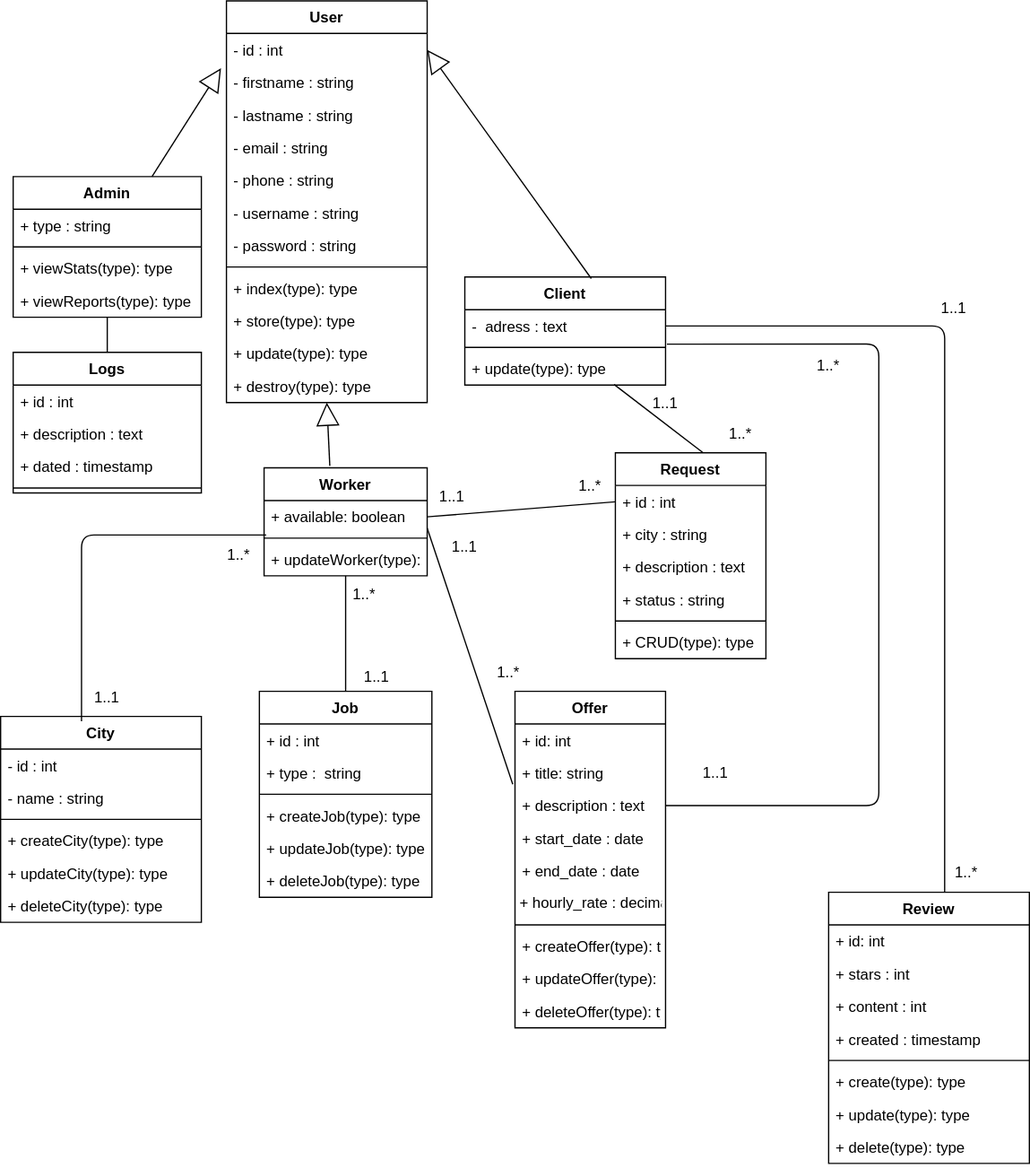
Before: Conception/DCLASSE.drawio.svg, a diagram exported from draw.io (abdelalicode/BRICOOL). Source tidied: cells renumbered, new cells last; positions are measured from the earlier drawing's top-left corner, leaving out a move shared by most shapes.
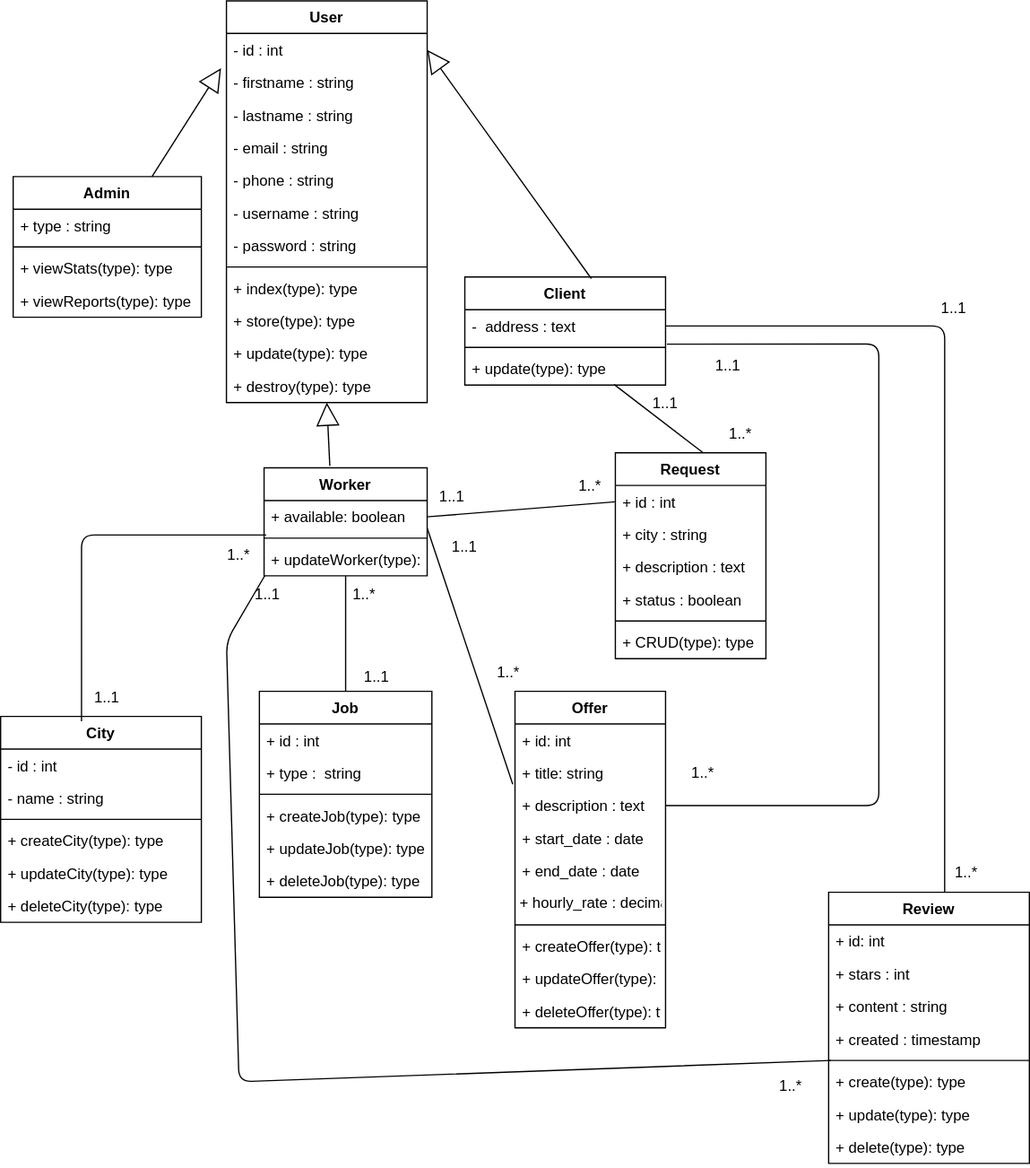
After the commit.

The edit, as a diff of the source:
```diff
@@ -32,7 +32,7 @@
     <mxCell id="11" value="Client" style="swimlane;fontStyle=1;align=center;verticalAlign=top;horizontal=1;startSize=26;" parent="1" vertex="1">
       <mxGeometry x="370" y="220" width="160" height="86" as="geometry" />
     </mxCell>
-    <mxCell id="12" value="-  adress : text" style="text;strokeColor=none;fillColor=none;align=left;verticalAlign=top;spacingLeft=4;spacingRight=4;overflow=hidden;points=[[0,0.5],[1,0.5]];portConstraint=eastwest;" parent="11" vertex="1">
+    <mxCell id="12" value="-  address : text" style="text;strokeColor=none;fillColor=none;align=left;verticalAlign=top;spacingLeft=4;spacingRight=4;overflow=hidden;points=[[0,0.5],[1,0.5]];portConstraint=eastwest;" parent="11" vertex="1">
       <mxGeometry y="26" width="160" height="26" as="geometry" />
     </mxCell>
     <mxCell id="13" style="line;strokeWidth=1;fillColor=none;align=left;verticalAlign=middle;spacingTop=-1;spacingLeft=3;spacingRight=3;labelPosition=right;strokeColor=inherit;" parent="11" vertex="1">
@@ -134,7 +134,7 @@
     <mxCell id="45" value="+ description : text" style="text;strokeColor=none;fillColor=none;align=left;verticalAlign=top;spacingLeft=4;spacingRight=4;overflow=hidden;" parent="42" vertex="1">
       <mxGeometry y="78" width="120" height="26" as="geometry" />
     </mxCell>
-    <mxCell id="46" value="+ status : string" style="text;strokeColor=none;fillColor=none;align=left;verticalAlign=top;spacingLeft=4;spacingRight=4;overflow=hidden;" parent="42" vertex="1">
+    <mxCell id="46" value="+ status : boolean" style="text;strokeColor=none;fillColor=none;align=left;verticalAlign=top;spacingLeft=4;spacingRight=4;overflow=hidden;" parent="42" vertex="1">
       <mxGeometry y="104" width="120" height="26" as="geometry" />
     </mxCell>
     <mxCell id="47" style="line;strokeWidth=1;fillColor=none;align=left;verticalAlign=middle;spacingTop=-1;spacingLeft=3;spacingRight=3;labelPosition=right;strokeColor=inherit;" parent="42" vertex="1">
@@ -152,7 +152,7 @@
     <mxCell id="51" value="+ stars : int" style="text;strokeColor=none;fillColor=none;align=left;verticalAlign=top;spacingLeft=4;spacingRight=4;overflow=hidden;" parent="49" vertex="1">
       <mxGeometry y="52" width="160" height="26" as="geometry" />
     </mxCell>
-    <mxCell id="52" value="+ content : int" style="text;strokeColor=none;fillColor=none;align=left;verticalAlign=top;spacingLeft=4;spacingRight=4;overflow=hidden;" parent="49" vertex="1">
+    <mxCell id="52" value="+ content : string" style="text;strokeColor=none;fillColor=none;align=left;verticalAlign=top;spacingLeft=4;spacingRight=4;overflow=hidden;" parent="49" vertex="1">
       <mxGeometry y="78" width="160" height="26" as="geometry" />
     </mxCell>
     <mxCell id="53" value="+ created : timestamp" style="text;strokeColor=none;fillColor=none;align=left;verticalAlign=top;spacingLeft=4;spacingRight=4;overflow=hidden;" parent="49" vertex="1">
@@ -234,24 +234,6 @@
         </Array>
       </mxGeometry>
     </mxCell>
-    <mxCell id="77" value="Logs" style="swimlane;fontStyle=1;align=center;verticalAlign=top;horizontal=1;startSize=26;" parent="1" vertex="1">
-      <mxGeometry x="10" y="280" width="150" height="112" as="geometry" />
-    </mxCell>
-    <mxCell id="78" value="+ id : int" style="text;strokeColor=none;fillColor=none;align=left;verticalAlign=top;spacingLeft=4;spacingRight=4;overflow=hidden;" parent="77" vertex="1">
-      <mxGeometry y="26" width="150" height="26" as="geometry" />
-    </mxCell>
-    <mxCell id="79" value="+ description : text" style="text;strokeColor=none;fillColor=none;align=left;verticalAlign=top;spacingLeft=4;spacingRight=4;overflow=hidden;" parent="77" vertex="1">
-      <mxGeometry y="52" width="150" height="26" as="geometry" />
-    </mxCell>
-    <mxCell id="80" value="+ dated : timestamp" style="text;strokeColor=none;fillColor=none;align=left;verticalAlign=top;spacingLeft=4;spacingRight=4;overflow=hidden;" parent="77" vertex="1">
-      <mxGeometry y="78" width="150" height="26" as="geometry" />
-    </mxCell>
-    <mxCell id="81" style="line;strokeWidth=1;fillColor=none;align=left;verticalAlign=middle;spacingTop=-1;spacingLeft=3;spacingRight=3;labelPosition=right;strokeColor=inherit;" parent="77" vertex="1">
-      <mxGeometry y="104" width="150" height="8" as="geometry" />
-    </mxCell>
-    <mxCell id="82" style="endArrow=none;html=1;exitX=0.5;exitY=0;exitDx=0;exitDy=0;" parent="1" edge="1" source="77" target="6">
-      <mxGeometry relative="1" as="geometry" />
-    </mxCell>
     <mxCell id="83" value="1..1" style="text;html=1;strokeColor=none;fillColor=none;align=center;verticalAlign=middle;whiteSpace=wrap;rounded=0;" parent="1" vertex="1">
       <mxGeometry x="730" y="230" width="60" height="30" as="geometry" />
     </mxCell>
@@ -289,10 +271,10 @@
       <mxGeometry x="160" y="427" width="60" height="30" as="geometry" />
     </mxCell>
     <mxCell id="95" value="1..1" style="text;html=1;strokeColor=none;fillColor=none;align=center;verticalAlign=middle;whiteSpace=wrap;rounded=0;" parent="1" vertex="1">
-      <mxGeometry x="540" y="600" width="60" height="30" as="geometry" />
+      <mxGeometry x="550" y="276" width="60" height="30" as="geometry" />
     </mxCell>
     <mxCell id="96" value="1..*" style="text;html=1;strokeColor=none;fillColor=none;align=center;verticalAlign=middle;whiteSpace=wrap;rounded=0;" parent="1" vertex="1">
-      <mxGeometry x="630" y="276" width="60" height="30" as="geometry" />
+      <mxGeometry x="530" y="600" width="60" height="30" as="geometry" />
     </mxCell>
     <mxCell id="97" style="endArrow=none;html=1;entryX=0;entryY=0;entryDx=0;entryDy=0;exitX=-0.015;exitY=0.846;exitDx=0;exitDy=0;exitPerimeter=0;" parent="1" edge="1" source="66" target="88">
       <mxGeometry relative="1" as="geometry" />
@@ -300,5 +282,19 @@
     <mxCell id="98" style="endArrow=none;html=1;entryX=0.744;entryY=0.985;entryDx=0;entryDy=0;exitX=0;exitY=1;exitDx=0;exitDy=0;entryPerimeter=0;" parent="1" edge="1" source="85" target="14">
       <mxGeometry relative="1" as="geometry" />
     </mxCell>
+    <mxCell id="99" style="endArrow=none;html=1;entryX=0.01;entryY=-0.154;entryDx=0;entryDy=0;entryPerimeter=0;exitX=0.846;exitY=1.018;exitDx=0;exitDy=0;exitPerimeter=0;" parent="1" edge="1" source="94" target="55">
+      <mxGeometry relative="1" as="geometry">
+        <Array as="points">
+          <mxPoint x="180" y="510" />
+          <mxPoint x="190" y="861" />
+        </Array>
+      </mxGeometry>
+    </mxCell>
+    <mxCell id="100" value="1..*" style="text;html=1;strokeColor=none;fillColor=none;align=center;verticalAlign=middle;whiteSpace=wrap;rounded=0;" parent="1" vertex="1">
+      <mxGeometry x="600" y="850" width="60" height="30" as="geometry" />
+    </mxCell>
+    <mxCell id="101" value="1..1" style="text;html=1;strokeColor=none;fillColor=none;align=center;verticalAlign=middle;whiteSpace=wrap;rounded=0;" parent="1" vertex="1">
+      <mxGeometry x="183" y="458" width="60" height="30" as="geometry" />
+    </mxCell>
   </root>
 </mxGraphModel>
```
